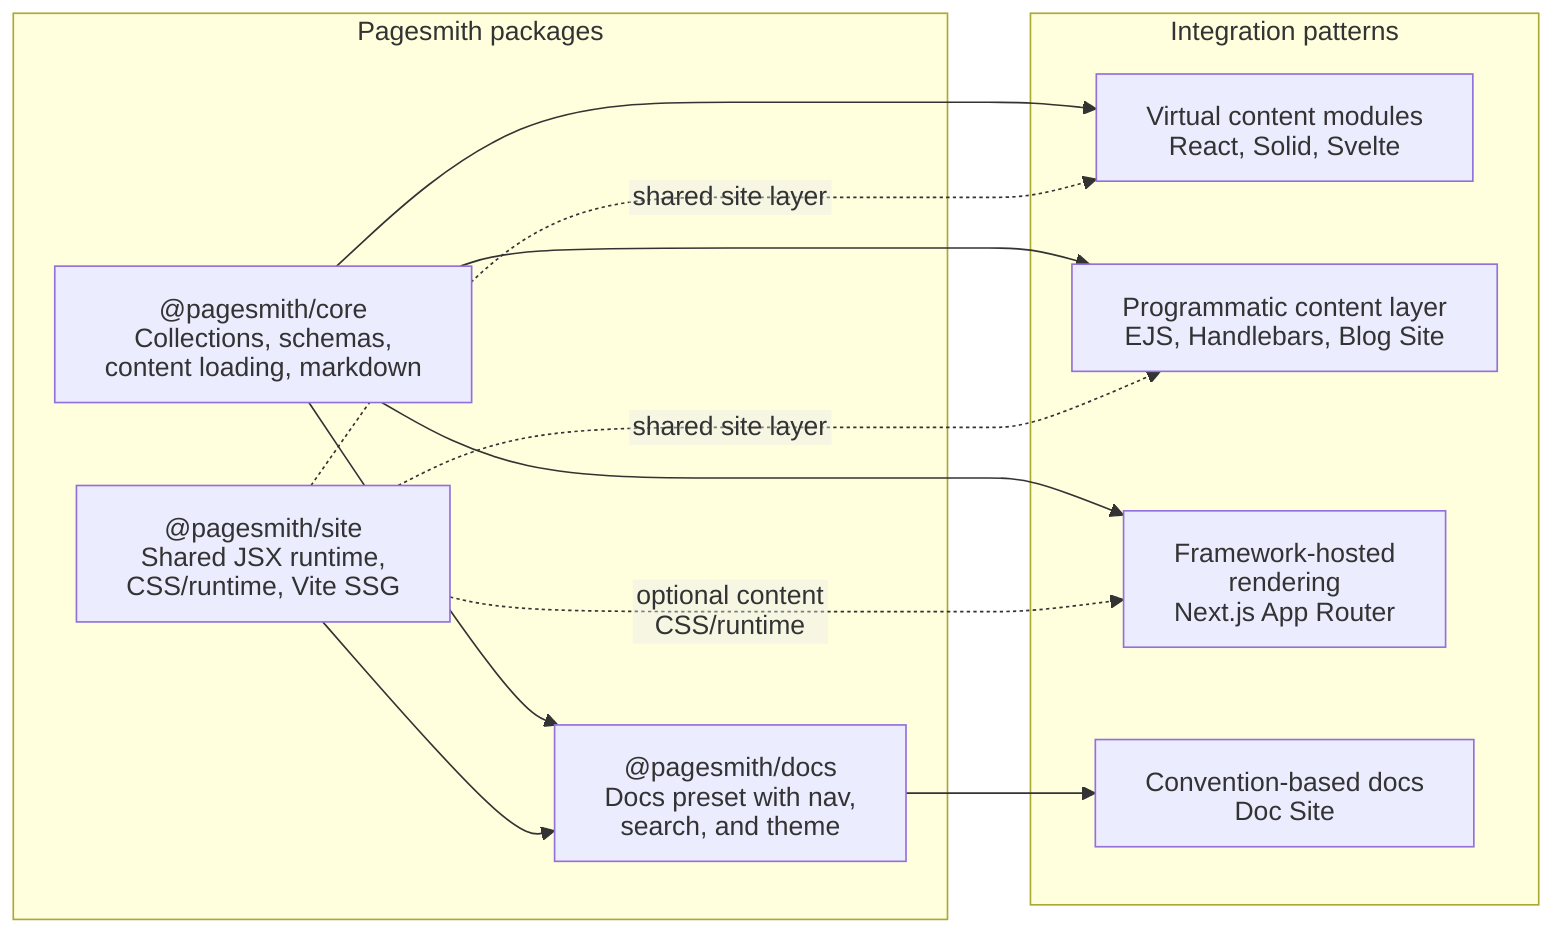
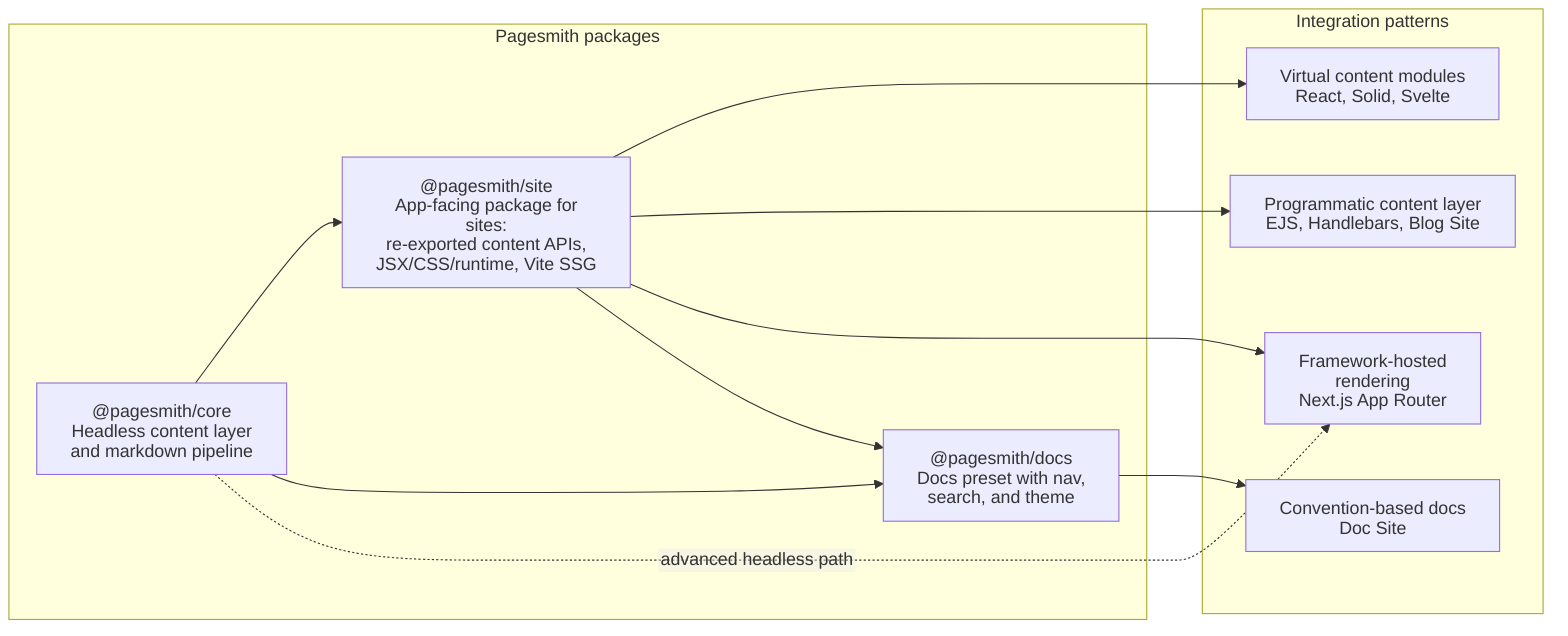
%%{init: {'htmlLabels': false}}%%

flowchart LR
  subgraph foundation["Pagesmith packages"]
-     core["@pagesmith/core<br/>Collections, schemas,<br/>content loading, markdown"]
-     site["@pagesmith/site<br/>Shared JSX runtime,<br/>CSS/runtime, Vite SSG"]
+     core["@pagesmith/core<br/>Headless content layer<br/>and markdown pipeline"]
+     site["@pagesmith/site<br/>App-facing package for sites:<br/>re-exported content APIs,<br/>JSX/CSS/runtime, Vite SSG"]
    docs["@pagesmith/docs<br/>Docs preset with nav,<br/>search, and theme"]
  end

  subgraph patterns["Integration patterns"]
    vite["Virtual content modules<br/>React, Solid, Svelte"]
    programmatic["Programmatic content layer<br/>EJS, Handlebars, Blog Site"]
    hosted["Framework-hosted rendering<br/>Next.js App Router"]
    convention["Convention-based docs<br/>Doc Site"]
  end

-   core --> vite
-   core --> programmatic
-   core --> hosted
+   core --> site
  core --> docs
-   site -. "shared site layer" .-> vite
-   site -. "shared site layer" .-> programmatic
-   site -. "optional content CSS/runtime" .-> hosted
+   site --> vite
+   site --> programmatic
+   site --> hosted
  site --> docs
+   core -. "advanced headless path" .-> hosted
  docs --> convention
